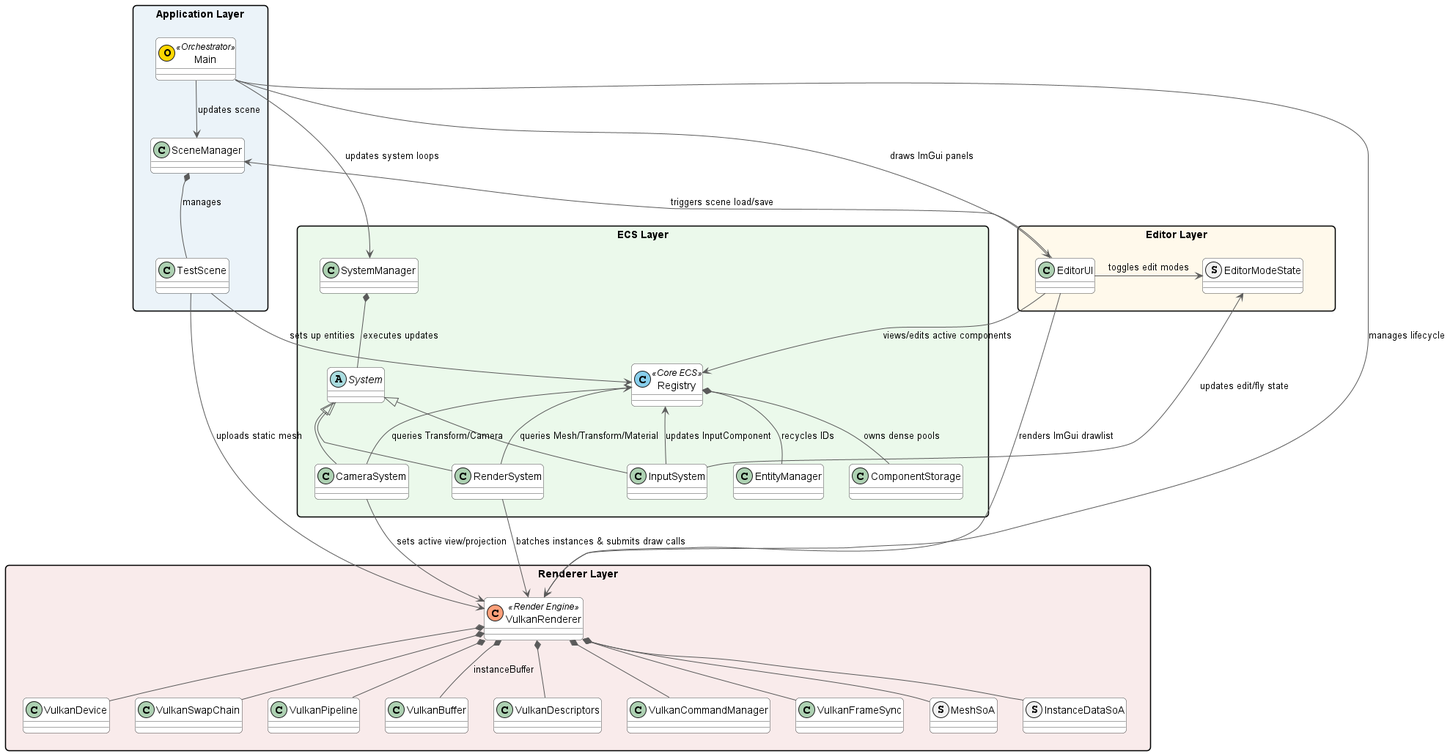
Earlier version of the PlantUML export docs/diagrams/out/architecture/Architecture.png (tristepin222/Cpp-GameEngine-Prototype).
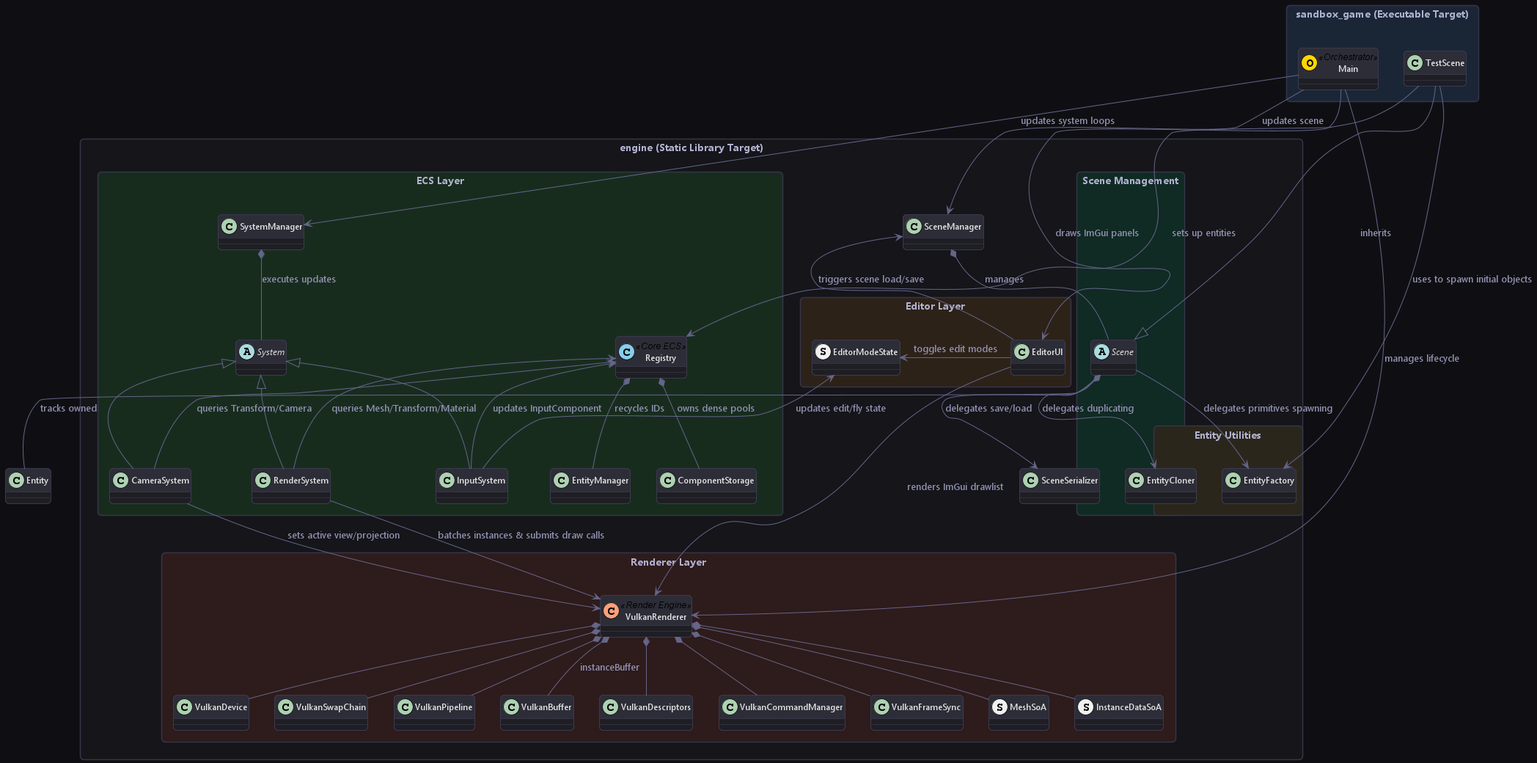
After the commit.

Diff of the diagram source:
```diff
@@ -4,62 +4,90 @@
 skinparam packageStyle rectangle
 skinparam roundCorner 10
 
-skinparam class {
-    BackgroundColor White
-    BorderColor #4A4A4A
-    ArrowColor #5A5A5A
+skinparam BackgroundColor #0f0f13
+skinparam Class {
+    BackgroundColor #1e1e24
+    BorderColor #44445c
+    FontColor #e0e0e0
+    FontSize 12
+    FontName "Segoe UI"
+    HeaderBackgroundColor #2d2d38
     AttributeIconSize 0
 }
+skinparam Package {
+    BackgroundColor #16161d
+    BorderColor #353549
+    FontColor #b0b0d0
+    FontName "Segoe UI"
+}
+skinparam Arrow {
+    Color #65658a
+    FontColor #9090b0
+    FontName "Segoe UI"
+}
 
-package "Application Layer" #EBF3F9 {
+package "sandbox_game (Executable Target)" #1a2636 {
     class Main << (O, #FFD700) Orchestrator >>
-    class SceneManager
     class TestScene
 }
 
-package "Editor Layer" #FFF9EB {
-    class EditorUI
-    struct EditorModeState
+package "engine (Static Library Target)" #15151a {
+    package "Scene Management" #102a24 {
+        abstract class Scene
+        class SceneManager
+        class SceneSerializer
+    }
+
+    package "Entity Utilities" #2b261b {
+        class EntityFactory
+        class EntityCloner
+    }
+
+    package "Editor Layer" #2d2218 {
+        class EditorUI
+        struct EditorModeState
+    }
+
+    package "ECS Layer" #182c1e {
+        class Registry << (C, #87CEEB) Core ECS >>
+        class EntityManager
+        class ComponentStorage
+        class SystemManager
+
+        abstract class System
+        class InputSystem
+        class CameraSystem
+        class RenderSystem
+    }
+
+    package "Renderer Layer" #2e1b1b {
+        class VulkanRenderer << (C, #FFA07A) Render Engine >>
+        class VulkanDevice
+        class VulkanSwapChain
+        class VulkanPipeline
+        class VulkanBuffer
+        class VulkanDescriptors
+        class VulkanCommandManager
+        class VulkanFrameSync
+        struct MeshSoA
+        struct InstanceDataSoA
+    }
 }
-
-package "ECS Layer" #EBF9EB {
-    class Registry << (C, #87CEEB) Core ECS >>
-    class EntityManager
-    class ComponentStorage
-    class SystemManager
-
-    abstract class System
-    class InputSystem
-    class CameraSystem
-    class RenderSystem
-}
-
-package "Renderer Layer" #F9EBEB {
-    class VulkanRenderer << (C, #FFA07A) Render Engine >>
-    class VulkanDevice
-    class VulkanSwapChain
-    class VulkanPipeline
-    class VulkanBuffer
-    class VulkanDescriptors
-    class VulkanCommandManager
-    class VulkanFrameSync
-    struct MeshSoA
-    struct InstanceDataSoA
-}
-
-"Application Layer" -[hidden]down-> "Editor Layer"
-"Editor Layer" -[hidden]right-> "ECS Layer"
-"Editor Layer" -[hidden]down-> "Renderer Layer"
-"ECS Layer" -[hidden]down-> "Renderer Layer"
 
 Main -down-> SceneManager : updates scene
 Main -down-> SystemManager : updates system loops
 Main -down-> EditorUI : draws ImGui panels
 Main -down-> VulkanRenderer : manages lifecycle
 
-SceneManager *-- TestScene : manages
+SceneManager *-- Scene : manages
+TestScene -up-|> Scene : inherits
 TestScene -down-> Registry : sets up entities
-TestScene -down-> VulkanRenderer : uploads static mesh
+TestScene -down-> EntityFactory : uses to spawn initial objects
+
+Scene -down-> SceneSerializer : delegates save/load
+Scene -down-> EntityFactory : delegates primitives spawning
+Scene -down-> EntityCloner : delegates duplicating
+Scene *-- Entity : tracks owned
 
 Registry *-- EntityManager : recycles IDs
 Registry *-- ComponentStorage : owns dense pools
```
